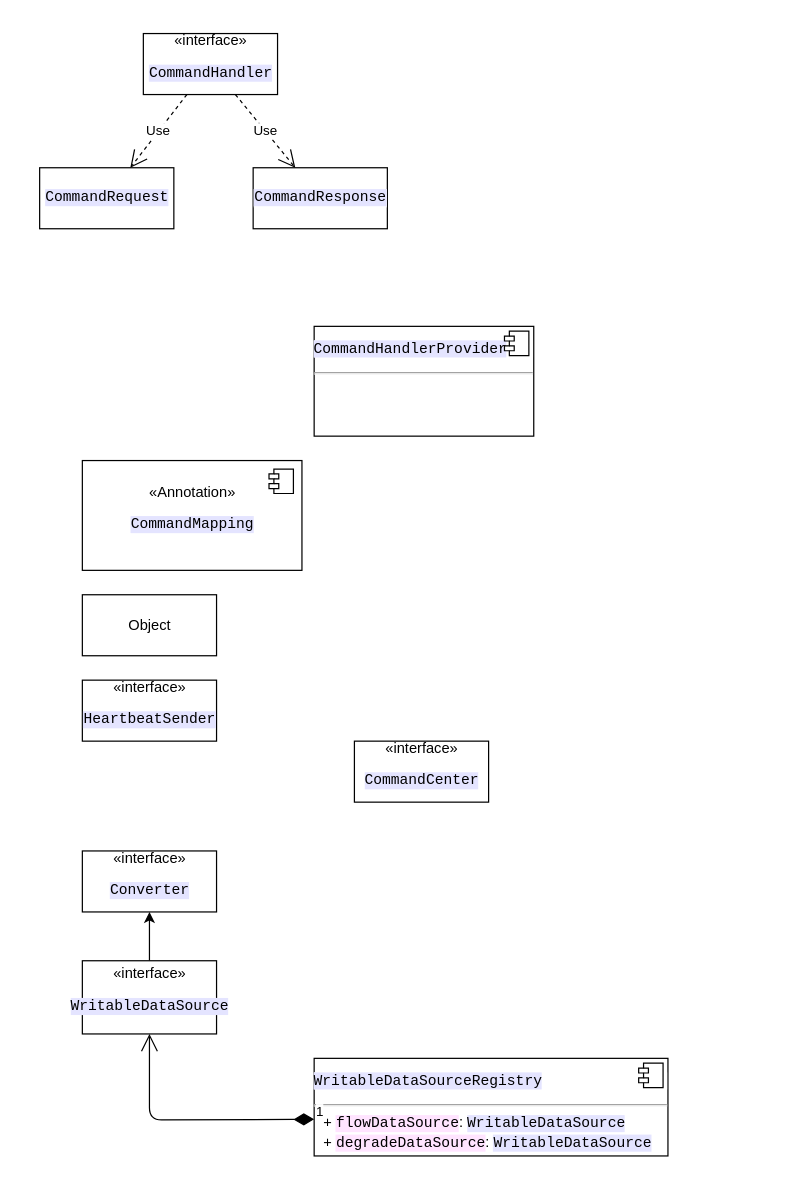
Earlier version of the draw.io diagram sentinel-transport.drawio (hellojd2018/ms_document). Source tidied: cells renumbered, new cells numbered last; positions are measured from the earlier drawing's top-left corner, leaving out a move shared by most shapes. Both pictures are drawn from the tidied source at 122%, with x=0, y=0 at pixel (39, 33).
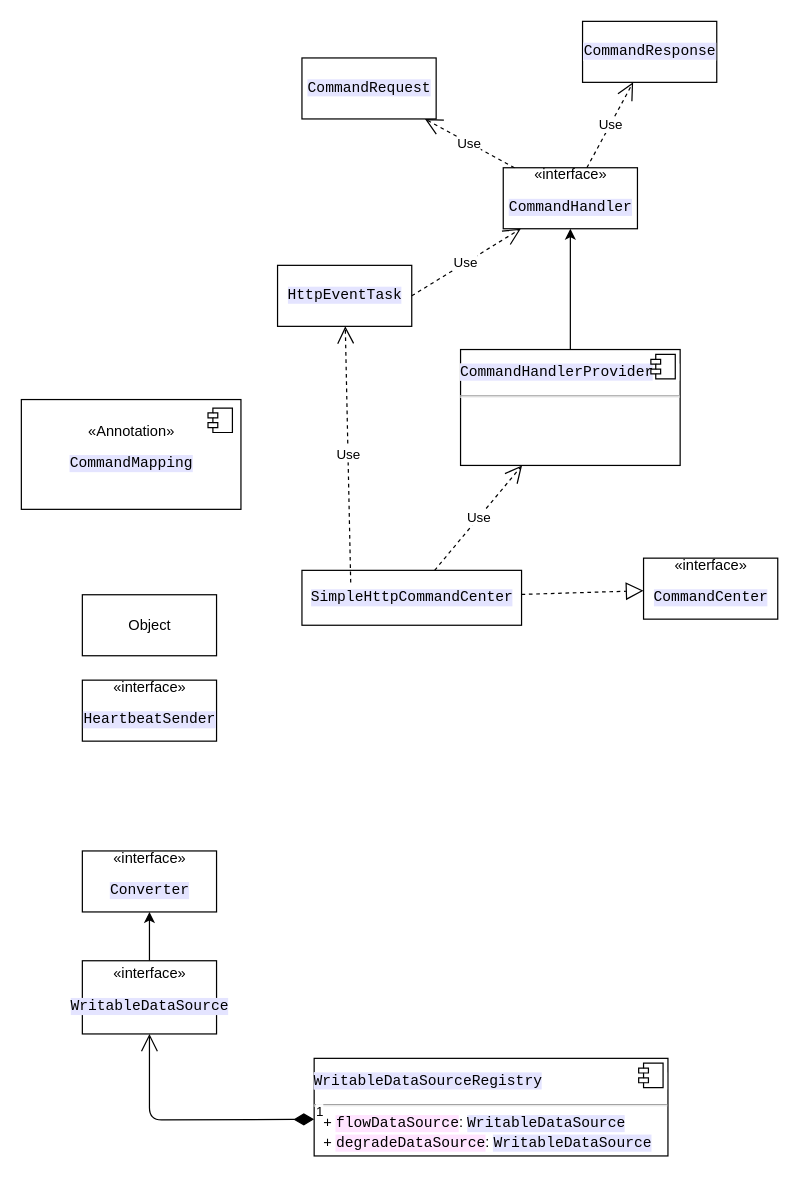
The same diagram, later.

Change to the diagram source:
```diff
@@
     <mxCell id="2" value="&lt;pre style=&quot;background-color: rgb(255 , 255 , 255) ; font-family: &amp;#34;consolas&amp;#34; ; font-size: 9pt&quot;&gt;&lt;span style=&quot;background-color: #e4e4ff&quot;&gt;CommandRequest&lt;/span&gt;&lt;/pre&gt;" style="html=1;" parent="1" vertex="1">
-      <mxGeometry y="110" width="110" height="50" as="geometry" />
+      <mxGeometry x="215" y="20" width="110" height="50" as="geometry" />
     </mxCell>
     <mxCell id="3" value="«interface»&lt;br&gt;&lt;pre style=&quot;background-color: rgb(255 , 255 , 255) ; font-family: &amp;#34;consolas&amp;#34; ; font-size: 9pt&quot;&gt;&lt;span style=&quot;background-color: #e4e4ff&quot;&gt;CommandHandler&lt;/span&gt;&lt;/pre&gt;" style="html=1;" parent="1" vertex="1">
-      <mxGeometry x="85" width="110" height="50" as="geometry" />
+      <mxGeometry x="380" y="110" width="110" height="50" as="geometry" />
     </mxCell>
     <mxCell id="4" value="&lt;pre style=&quot;background-color: rgb(255 , 255 , 255) ; font-family: &amp;#34;consolas&amp;#34; ; font-size: 9pt&quot;&gt;&lt;span style=&quot;background-color: #e4e4ff&quot;&gt;CommandResponse&lt;/span&gt;&lt;/pre&gt;" style="html=1;" parent="1" vertex="1">
-      <mxGeometry x="175" y="110" width="110" height="50" as="geometry" />
+      <mxGeometry x="445" y="-10" width="110" height="50" as="geometry" />
     </mxCell>
+    <mxCell id="20" style="edgeStyle=orthogonalEdgeStyle;rounded=0;jettySize=auto;html=1;exitX=0.5;exitY=0;exitDx=0;exitDy=0;entryX=0.5;entryY=1;entryDx=0;entryDy=0;" parent="1" edge="1" source="5" target="3">
+      <mxGeometry relative="1" as="geometry" />
+    </mxCell>
     <mxCell id="5" value="&lt;pre style=&quot;background-color: rgb(255 , 255 , 255) ; font-family: &amp;#34;consolas&amp;#34; ; font-size: 9pt&quot;&gt;&lt;span style=&quot;background-color: #e4e4ff&quot;&gt;CommandHandlerProvider&lt;/span&gt;&lt;/pre&gt;&lt;hr&gt;&lt;p style=&quot;margin: 0px ; margin-left: 8px&quot;&gt;&lt;br&gt;&lt;/p&gt;" style="align=left;overflow=fill;html=1;" parent="1" vertex="1">
-      <mxGeometry x="225" y="240" width="180" height="90" as="geometry" />
+      <mxGeometry x="345" y="259" width="180" height="95" as="geometry" />
     </mxCell>
@@
     <mxCell id="7" value="«Annotation»&lt;br&gt;&lt;pre style=&quot;background-color: rgb(255 , 255 , 255) ; font-family: &amp;#34;consolas&amp;#34; ; font-size: 9pt&quot;&gt;&lt;span style=&quot;background-color: #e4e4ff&quot;&gt;CommandMapping&lt;/span&gt;&lt;/pre&gt;" style="html=1;" parent="1" vertex="1">
-      <mxGeometry x="35" y="350" width="180" height="90" as="geometry" />
+      <mxGeometry x="-15" y="300" width="180" height="90" as="geometry" />
     </mxCell>
@@
     <mxCell id="11" value="«interface»&lt;br&gt;&lt;pre style=&quot;background-color: rgb(255 , 255 , 255) ; font-family: &amp;#34;consolas&amp;#34; ; font-size: 9pt&quot;&gt;&lt;span style=&quot;background-color: #e4e4ff&quot;&gt;CommandCenter&lt;/span&gt;&lt;/pre&gt;" style="html=1;" parent="1" vertex="1">
-      <mxGeometry x="258" y="580" width="110" height="50" as="geometry" />
+      <mxGeometry x="495" y="430" width="110" height="50" as="geometry" />
     </mxCell>
@@
+    <mxCell id="21" value="&lt;pre style=&quot;background-color: rgb(255 , 255 , 255) ; font-family: &amp;#34;consolas&amp;#34; ; font-size: 9pt&quot;&gt;&lt;span style=&quot;background-color: #e4e4ff&quot;&gt;SimpleHttpCommandCenter&lt;/span&gt;&lt;/pre&gt;" style="html=1;" parent="1" vertex="1">
+      <mxGeometry x="215" y="440" width="180" height="45" as="geometry" />
+    </mxCell>
+    <mxCell id="22" style="endArrow=block;dashed=1;endFill=0;endSize=12;html=1;" parent="1" edge="1" source="21" target="11">
+      <mxGeometry relative="1" as="geometry" />
+    </mxCell>
+    <mxCell id="23" value="Use" style="endArrow=open;endSize=12;dashed=1;html=1;" parent="1" edge="1" source="21" target="5">
+      <mxGeometry relative="1" as="geometry" />
+    </mxCell>
+    <mxCell id="24" value="&lt;pre style=&quot;background-color: rgb(255 , 255 , 255) ; font-family: &amp;#34;consolas&amp;#34; ; font-size: 9pt&quot;&gt;&lt;span style=&quot;background-color: #e4e4ff&quot;&gt;HttpEventTask&lt;/span&gt;&lt;/pre&gt;" style="html=1;" parent="1" vertex="1">
+      <mxGeometry x="195" y="190" width="110" height="50" as="geometry" />
+    </mxCell>
+    <mxCell id="25" value="Use" style="endArrow=open;endSize=12;dashed=1;html=1;exitX=0.222;exitY=0.222;exitDx=0;exitDy=0;exitPerimeter=0;" parent="1" edge="1" source="21" target="24">
+      <mxGeometry relative="1" as="geometry" />
+    </mxCell>
+    <mxCell id="26" value="Use" style="endArrow=open;endSize=12;dashed=1;html=1;exitX=1;exitY=0.5;exitDx=0;exitDy=0;" parent="1" edge="1" source="24" target="3">
+      <mxGeometry relative="1" as="geometry" />
+    </mxCell>
```
